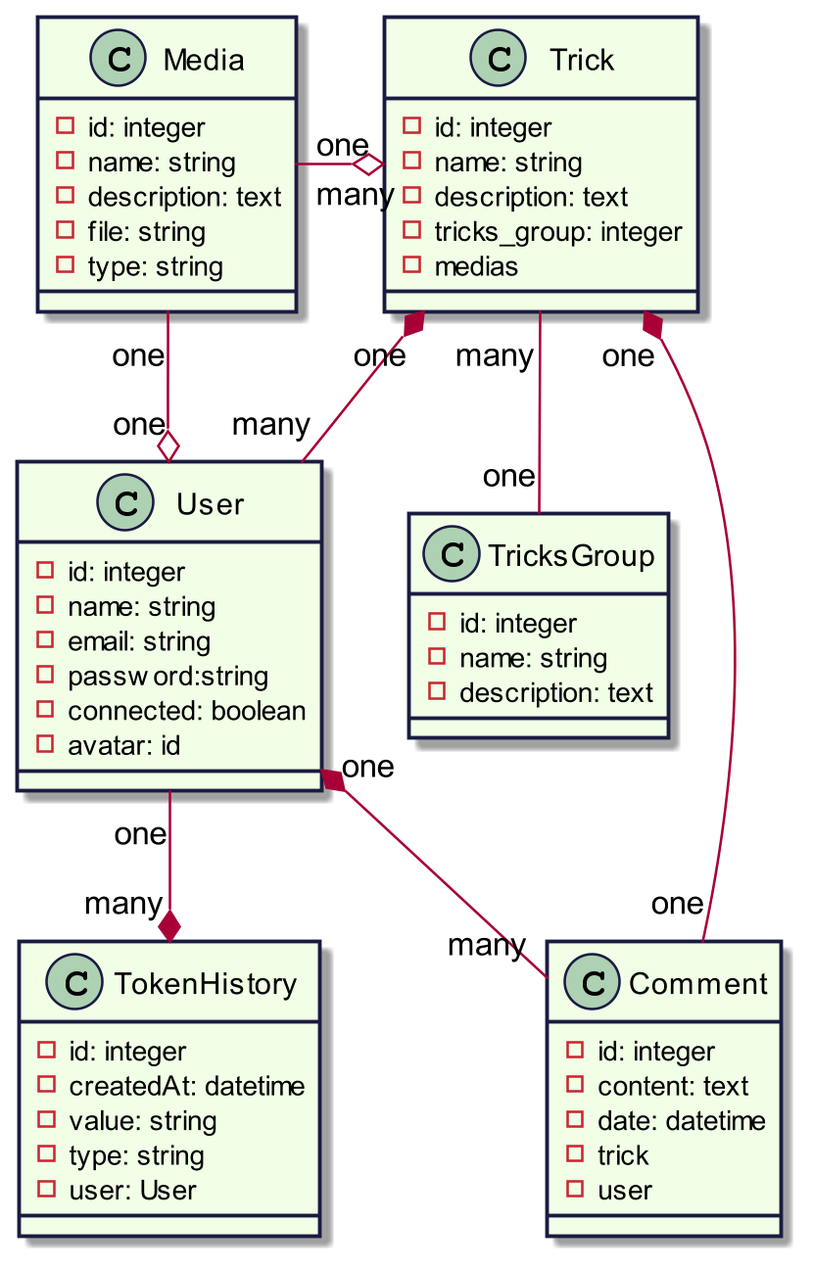
This is out/UML/class/class.png from ArtGM/P6-snowtricks, a PlantUML export, as it was before one commit.
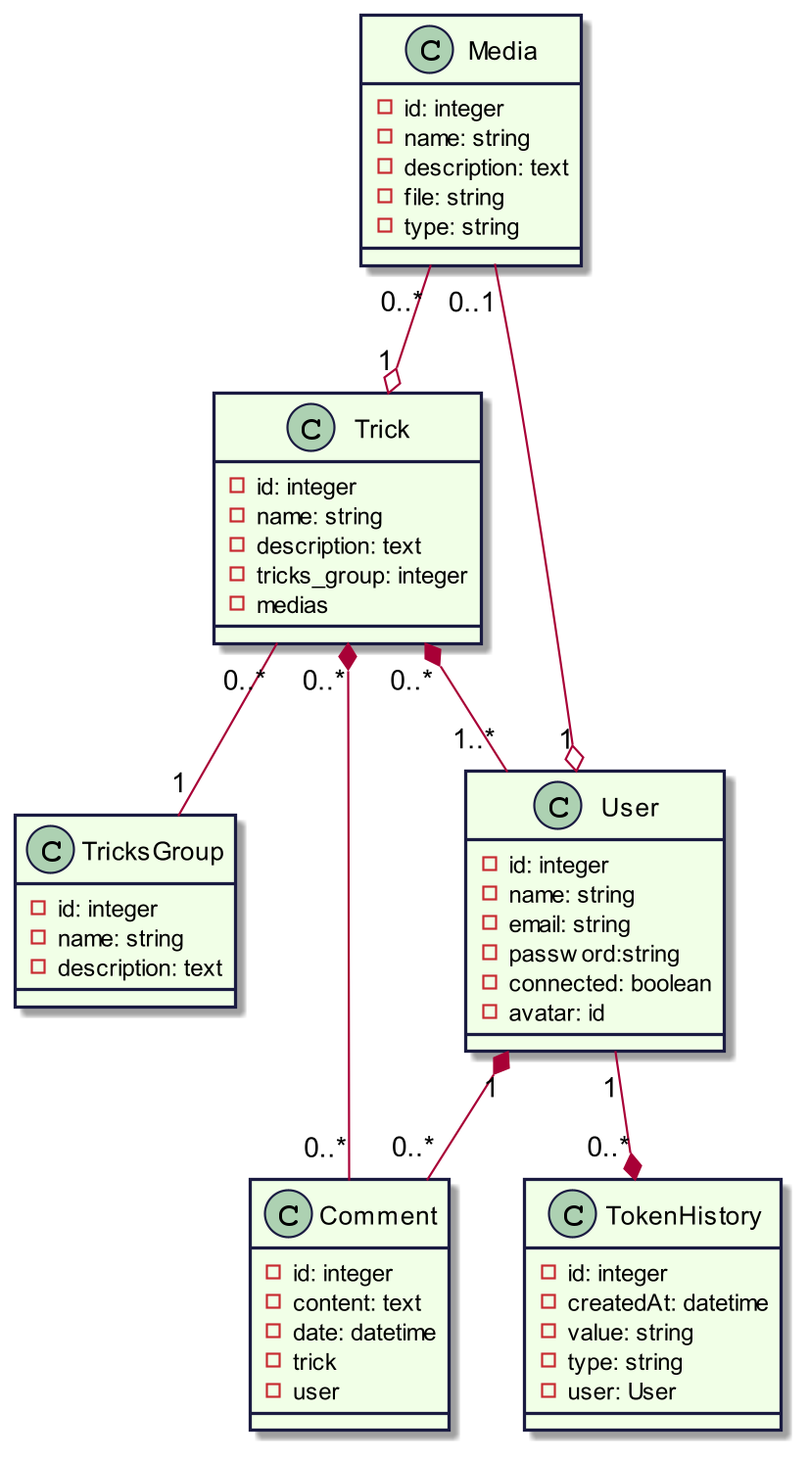
Above is the later version.

Commit message:
Update UML diagrams

The edit, as a diff of the source:
```diff
@@ -45,13 +45,13 @@
 }
 
 
-Media "one" --o  "one" User
-Trick  "one" *--  "many" User
-Trick "many" -- "one" TricksGroup
-User  "one" *--  "many" Comment
-Media  "one" -o "many" Trick
-Comment "one" --* "one" Trick
-User "one" --* "many" TokenHistory
+Media "0..1" --o  "1" User
+Trick  "0..*" *--  "1..*" User
+Trick "0..*" -- "1" TricksGroup
+User  "1" *--  "0..*" Comment
+Media  "0..*" --o "1" Trick
+Comment "0..*" --* "0..*" Trick
+User "1" --* "0..*" TokenHistory
 
 
 
```
